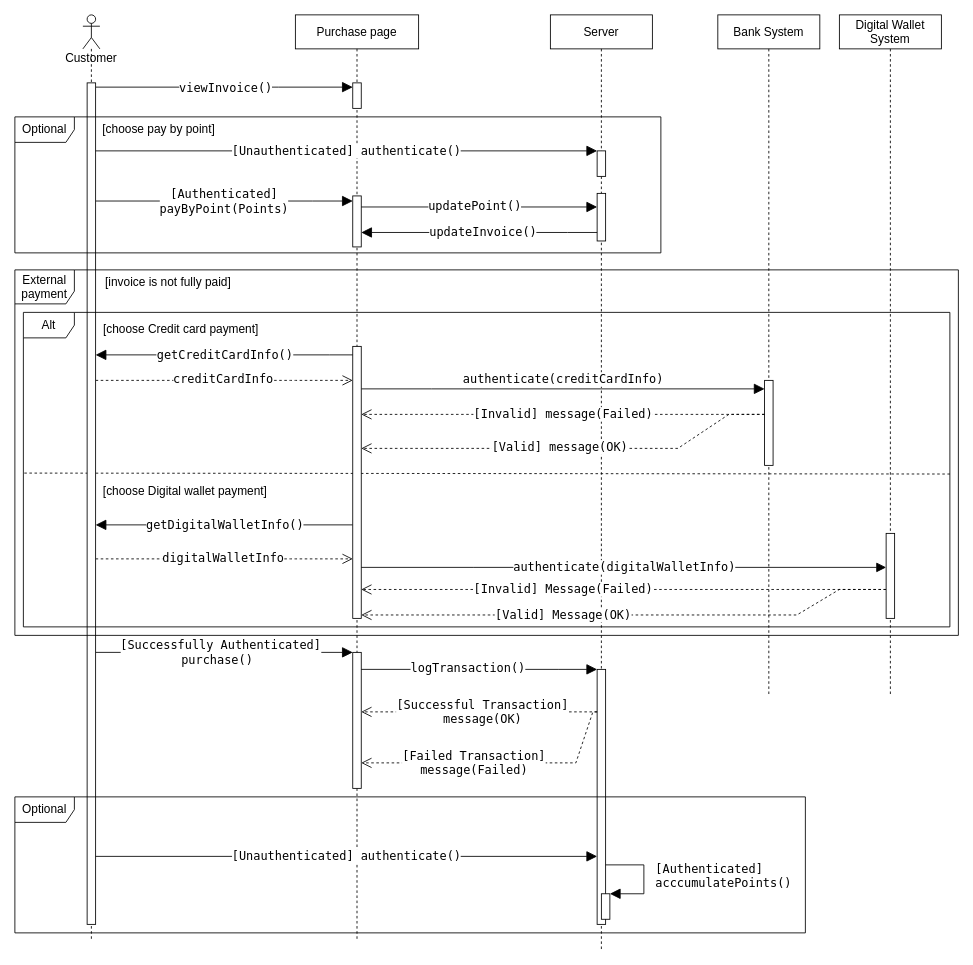
The draw.io diagram requirements/sequence/purchase.drawio in thanhtoan1742/OWCA_POS, before the edit. Source tidied: cells renumbered, new cells numbered last; positions are measured from the earlier drawing's top-left corner, leaving out a move shared by most shapes. Both pictures are drawn from the tidied source at 85%, with x=0, y=0 at pixel (14, 14).
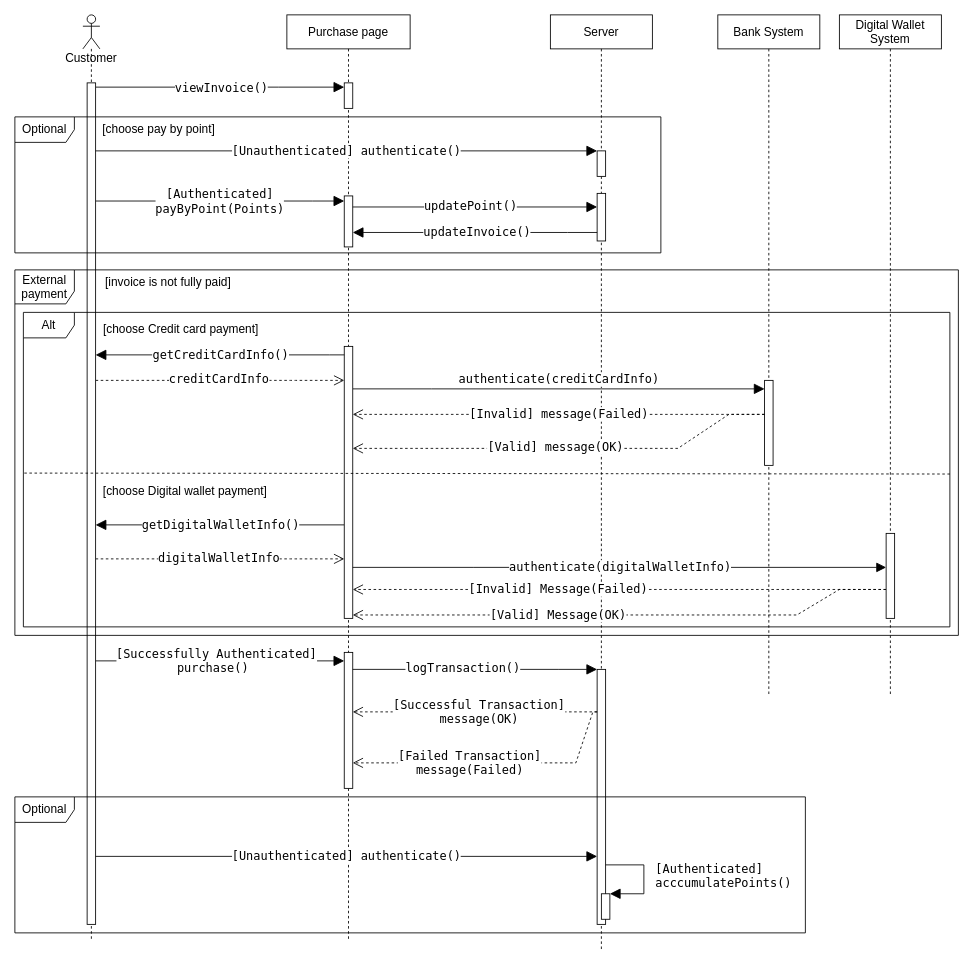
The same diagram, later.

Unchanged cells that the change refers to:
```xml
<mxCell id="7" style="html=1;points=[];perimeter=orthogonalPerimeter;fontSize=14;" parent="2" vertex="1">
  <mxGeometry x="55" y="210" width="10" height="56" as="geometry" />
</mxCell>
<mxCell id="18" style="html=1;points=[];perimeter=orthogonalPerimeter;fontSize=14;" parent="16" vertex="1">
  <mxGeometry x="67.5" y="390" width="10" height="320" as="geometry" />
</mxCell>
<mxCell id="19" style="html=1;points=[];perimeter=orthogonalPerimeter;fontSize=14;" parent="16" vertex="1">
  <mxGeometry x="67.5" y="213" width="10" height="60" as="geometry" />
</mxCell>
<mxCell id="20" style="html=1;points=[];perimeter=orthogonalPerimeter;fontSize=14;" parent="16" vertex="1">
  <mxGeometry x="67.5" y="750" width="10" height="160" as="geometry" />
</mxCell>
<mxCell id="34" style="html=1;points=[];perimeter=orthogonalPerimeter;fontSize=14;" parent="1" vertex="1">
  <mxGeometry x="85" y="80" width="10" height="990" as="geometry" />
</mxCell>
<mxCell id="44" value="Alt" style="shape=umlFrame;whiteSpace=wrap;html=1;fontSize=14;" parent="1" vertex="1">
  <mxGeometry x="10" y="350" width="1090" height="370" as="geometry" />
</mxCell>
```

Diff of the diagram source:
```diff
@@
-    <mxCell id="8" value="&lt;span style=&quot;font-family: &amp;quot;lucida console&amp;quot;; font-size: 14px;&quot;&gt;[Invalid] Message(Failed)&lt;/span&gt;" style="edgeStyle=none;rounded=0;orthogonalLoop=1;jettySize=auto;html=1;startArrow=none;startFill=0;endArrow=open;endFill=0;dashed=1;fontSize=14;endSize=10;" parent="1" edge="1">
+    <mxCell id="8" value="&lt;span style=&quot;font-family: &amp;quot;lucida console&amp;quot;; font-size: 14px;&quot;&gt;[Invalid] Message(Failed)&lt;/span&gt;" style="edgeStyle=none;rounded=0;jettySize=auto;html=1;startArrow=none;startFill=0;endArrow=open;endFill=0;dashed=1;fontSize=14;endSize=10;" parent="1" edge="1" target="18">
       <mxGeometry x="0.23" relative="1" as="geometry">
         <mxPoint x="1025" y="676" as="sourcePoint" />
-        <mxPoint x="407.5" y="676" as="targetPoint" />
         <Array as="points">
           <mxPoint x="460" y="676" />
         </Array>
       </mxGeometry>
     </mxCell>
-    <mxCell id="9" value="&lt;span style=&quot;font-family: &amp;quot;lucida console&amp;quot;; font-size: 14px;&quot;&gt;[Valid] Message(OK)&lt;/span&gt;" style="edgeStyle=none;rounded=0;orthogonalLoop=1;jettySize=auto;html=1;startArrow=none;startFill=0;endArrow=open;endFill=0;dashed=1;fontSize=14;endSize=10;" parent="1" edge="1">
+    <mxCell id="9" value="&lt;span style=&quot;font-family: &amp;quot;lucida console&amp;quot;; font-size: 14px;&quot;&gt;[Valid] Message(OK)&lt;/span&gt;" style="edgeStyle=none;rounded=0;jettySize=auto;html=1;startArrow=none;startFill=0;endArrow=open;endFill=0;dashed=1;fontSize=14;endSize=10;" parent="1" edge="1" target="18">
       <mxGeometry x="0.24" relative="1" as="geometry">
         <mxPoint x="1025" y="676" as="sourcePoint" />
-        <mxPoint x="407.5" y="706" as="targetPoint" />
         <Array as="points">
           <mxPoint x="970" y="676" />
           <mxPoint x="920" y="706" />
         </Array>
       </mxGeometry>
     </mxCell>
@@
-    <mxCell id="11" style="endArrow=none;dashed=1;html=1;strokeWidth=1;fontSize=14;endSize=10;rounded=0;entryX=1;entryY=0.514;entryDx=0;entryDy=0;entryPerimeter=0;exitX=0.001;exitY=0.511;exitDx=0;exitDy=0;exitPerimeter=0;" parent="1" edge="1" source="44" target="44">
-      <mxGeometry relative="1" as="geometry" />
-    </mxCell>
-    <mxCell id="12" value="creditCardInfo" style="html=1;verticalAlign=bottom;endArrow=open;dashed=1;endSize=10;fontSize=14;fontFamily=Lucida Console;" parent="1" edge="1" target="18">
+    <mxCell id="12" value="creditCardInfo" style="html=1;verticalAlign=bottom;endArrow=open;dashed=1;endSize=10;fontSize=14;fontFamily=Lucida Console;labelBackgroundColor=#ffffff;" parent="1" edge="1" target="18">
       <mxGeometry x="-0.01" y="-10" relative="1" as="geometry">
         <mxPoint x="95" y="430" as="sourcePoint" />
         <Array as="points">
           <mxPoint x="320" y="430" />
         </Array>
       </mxGeometry>
     </mxCell>
@@
     <mxCell id="16" value="Purchase page" style="shape=umlLifeline;perimeter=lifelinePerimeter;whiteSpace=wrap;html=1;fontSize=14;" parent="1" vertex="1">
-      <mxGeometry x="330" width="145" height="1090" as="geometry" />
+      <mxGeometry x="320" width="145" height="1090" as="geometry" />
     </mxCell>
@@
-    <mxCell id="21" value="[&lt;span style=&quot;background-color: rgb(255, 255, 255); font-size: 14px;&quot;&gt;choose Credit card payment]&lt;/span&gt;" style="text;html=1;align=center;verticalAlign=middle;strokeColor=none;fontSize=14;" parent="1" vertex="1">
+    <mxCell id="21" value="[&lt;span style=&quot;font-size: 14px;&quot;&gt;choose Credit card payment]&lt;/span&gt;" style="text;html=1;align=center;verticalAlign=middle;strokeColor=none;fontSize=14;labelBackgroundColor=#ffffff;" parent="1" vertex="1">
       <mxGeometry x="95" y="360" width="200" height="20" as="geometry" />
     </mxCell>
@@
-    <mxCell id="23" value="[Successfully Authenticated]&lt;br style=&quot;font-size: 14px;&quot;&gt;purchase()&amp;nbsp;" style="edgeStyle=none;rounded=0;jettySize=auto;html=1;startArrow=none;startFill=0;endArrow=block;endFill=1;fontSize=14;endSize=10;fontFamily=Lucida Console;" parent="1" edge="1" target="20">
+    <mxCell id="23" value="[Successfully Authenticated]&lt;br style=&quot;font-size: 14px;&quot;&gt;purchase()&amp;nbsp;" style="edgeStyle=none;rounded=0;jettySize=auto;html=1;startArrow=none;startFill=0;endArrow=block;endFill=1;fontSize=14;endSize=10;fontFamily=Lucida Console;" parent="1" edge="1" source="34" target="20">
       <mxGeometry x="-0.03" relative="1" as="geometry">
-        <mxPoint x="95" y="750" as="sourcePoint" />
         <Array as="points">
-          <mxPoint x="340" y="750" />
+          <mxPoint x="340" y="760" />
         </Array>
       </mxGeometry>
     </mxCell>
@@
-    <mxCell id="40" value="[invoice is not fully paid&lt;span style=&quot;background-color: rgb(255, 255, 255); font-size: 14px;&quot;&gt;]&lt;/span&gt;" style="text;html=1;align=center;verticalAlign=middle;strokeColor=none;fontSize=14;" parent="1" vertex="1">
+    <mxCell id="40" value="[invoice is not fully paid&lt;span style=&quot;font-size: 14px;&quot;&gt;]&lt;/span&gt;" style="text;html=1;align=center;verticalAlign=middle;strokeColor=none;fontSize=14;labelBackgroundColor=#ffffff;" parent="1" vertex="1">
       <mxGeometry x="100" y="304" width="160" height="20" as="geometry" />
     </mxCell>
-    <mxCell id="41" value="&lt;span style=&quot;font-size: 14px;&quot;&gt;getCreditCardInfo()&lt;/span&gt;" style="rounded=0;jettySize=auto;html=1;startArrow=none;startFill=0;endArrow=block;endFill=1;fontSize=14;endSize=10;fontFamily=Lucida Console;" parent="1" edge="1" source="18">
+    <mxCell id="41" value="&lt;span style=&quot;font-size: 14px;&quot;&gt;getCreditCardInfo()&lt;/span&gt;" style="rounded=0;jettySize=auto;html=1;startArrow=none;startFill=0;endArrow=block;endFill=1;fontSize=14;endSize=10;fontFamily=Lucida Console;labelBackgroundColor=#ffffff;" parent="1" edge="1" source="18">
       <mxGeometry relative="1" as="geometry">
         <mxPoint x="95" y="400" as="targetPoint" />
         <Array as="points">
           <mxPoint x="370" y="400" />
         </Array>
       </mxGeometry>
     </mxCell>
-    <mxCell id="42" value="updateInvoice()" style="html=1;align=left;spacingLeft=2;endArrow=block;rounded=0;fontFamily=Lucida Console;fontSize=14;endFill=1;strokeWidth=1;endSize=10;" parent="1" edge="1" source="7">
+    <mxCell id="42" value="updateInvoice()" style="html=1;align=left;spacingLeft=2;endArrow=block;rounded=0;fontFamily=Lucida Console;fontSize=14;endFill=1;strokeWidth=1;endSize=10;" parent="1" edge="1" source="7" target="19">
       <mxGeometry x="0.45" relative="1" as="geometry">
-        <mxPoint x="407.5" y="256" as="targetPoint" />
         <Array as="points">
           <mxPoint x="650" y="256" />
         </Array>
       </mxGeometry>
     </mxCell>
-    <mxCell id="43" value="updatePoint()" style="html=1;verticalAlign=bottom;endArrow=block;endSize=10;fontFamily=Lucida Console;fontSize=14;" parent="1" edge="1" target="7">
+    <mxCell id="43" value="updatePoint()" style="html=1;verticalAlign=bottom;endArrow=block;endSize=10;fontFamily=Lucida Console;fontSize=14;" parent="1" edge="1" source="19" target="7">
       <mxGeometry x="-0.04" y="-10" relative="1" as="geometry">
-        <mxPoint x="407.5" y="226" as="sourcePoint" />
         <Array as="points">
           <mxPoint x="510" y="226" />
         </Array>
       </mxGeometry>
     </mxCell>
+    <mxCell id="47" value="Optional" style="shape=umlFrame;whiteSpace=wrap;html=1;fontSize=14;width=70;height=30;" parent="1" vertex="1">
+      <mxGeometry y="920" width="930" height="160" as="geometry" />
+    </mxCell>
+    <mxCell id="11" style="endArrow=none;dashed=1;html=1;strokeWidth=1;fontSize=14;endSize=10;rounded=0;entryX=1;entryY=0.514;entryDx=0;entryDy=0;entryPerimeter=0;exitX=0.001;exitY=0.511;exitDx=0;exitDy=0;exitPerimeter=0;" parent="1" edge="1" source="44" target="44">
+      <mxGeometry relative="1" as="geometry" />
+    </mxCell>
@@
-    <mxCell id="47" value="Optional" style="shape=umlFrame;whiteSpace=wrap;html=1;fontSize=14;width=70;height=30;" parent="1" vertex="1">
-      <mxGeometry y="920" width="930" height="160" as="geometry" />
-    </mxCell>
```
